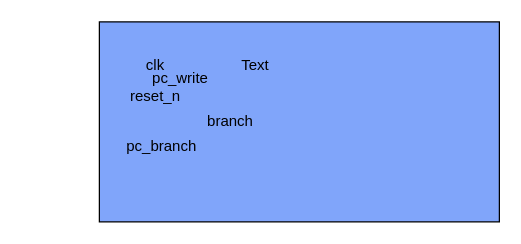
lampn0/riscv_pipeline.github.io keeps this draw.io diagram as page "instruction_fetch" (2 of 10) of doc/RISC V Pipeline.drawio. Above is the earlier version. Source tidied: cells renumbered, new cells numbered last; positions are measured from the earlier drawing's top-left corner, leaving out a move shared by most shapes. Both pictures are drawn from the tidied source at 125%, with x=0, y=0 at pixel (99, 21).
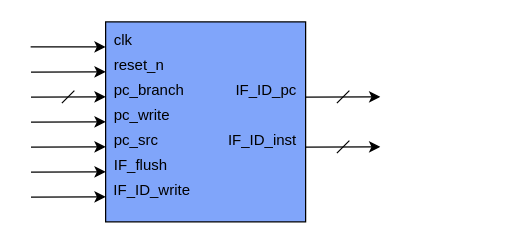
The same diagram, later.

Change to the diagram source:
```diff
@@
-    <mxCell id="2" style="rounded=0;whiteSpace=wrap;html=1;fillColor=#80A5FA;fontColor=#FFFFFF;" parent="1" vertex="1">
-      <mxGeometry width="320" height="160" as="geometry" />
+    <mxCell id="2" style="rounded=0;whiteSpace=wrap;html=1;fillColor=#80A5FA;fontColor=#FFFFFF;align=left;" parent="1" vertex="1">
+      <mxGeometry x="5" width="160" height="160" as="geometry" />
     </mxCell>
-    <mxCell id="3" value="clk" style="text;html=1;strokeColor=none;fillColor=none;align=center;verticalAlign=middle;whiteSpace=wrap;rounded=0;" parent="1" vertex="1">
-      <mxGeometry x="25" y="25" width="40" height="20" as="geometry" />
+    <mxCell id="3" value="clk" style="text;html=1;strokeColor=none;fillColor=none;align=left;verticalAlign=middle;whiteSpace=wrap;rounded=0;" parent="1" vertex="1">
+      <mxGeometry x="10" y="5" width="40" height="20" as="geometry" />
     </mxCell>
-    <mxCell id="4" value="reset_n" style="text;html=1;strokeColor=none;fillColor=none;align=center;verticalAlign=middle;whiteSpace=wrap;rounded=0;fontColor=#000000;" parent="1" vertex="1">
-      <mxGeometry x="25" y="50" width="40" height="20" as="geometry" />
+    <mxCell id="4" value="reset_n" style="text;html=1;strokeColor=none;fillColor=none;align=left;verticalAlign=middle;whiteSpace=wrap;rounded=0;fontColor=#000000;" parent="1" vertex="1">
+      <mxGeometry x="10" y="25" width="40" height="20" as="geometry" />
     </mxCell>
-    <mxCell id="5" value="pc_branch" style="text;html=1;strokeColor=none;fillColor=none;align=center;verticalAlign=middle;whiteSpace=wrap;rounded=0;fontColor=#000000;" parent="1" vertex="1">
-      <mxGeometry x="30" y="90" width="40" height="20" as="geometry" />
+    <mxCell id="5" value="pc_branch" style="text;html=1;strokeColor=none;fillColor=none;align=left;verticalAlign=middle;whiteSpace=wrap;rounded=0;fontColor=#000000;" parent="1" vertex="1">
+      <mxGeometry x="10" y="45" width="40" height="20" as="geometry" />
     </mxCell>
-    <mxCell id="6" value="pc_write" style="text;html=1;strokeColor=none;fillColor=none;align=center;verticalAlign=middle;whiteSpace=wrap;rounded=0;fontColor=#000000;" parent="1" vertex="1">
-      <mxGeometry x="45" y="35" width="40" height="20" as="geometry" />
+    <mxCell id="6" value="pc_write" style="text;html=1;strokeColor=none;fillColor=none;align=left;verticalAlign=middle;whiteSpace=wrap;rounded=0;fontColor=#000000;" parent="1" vertex="1">
+      <mxGeometry x="10" y="65" width="40" height="20" as="geometry" />
     </mxCell>
-    <mxCell id="7" value="branch" style="text;html=1;strokeColor=none;fillColor=none;align=center;verticalAlign=middle;whiteSpace=wrap;rounded=0;fontColor=#000000;" parent="1" vertex="1">
-      <mxGeometry x="85" y="70" width="40" height="20" as="geometry" />
+    <mxCell id="7" value="pc_src" style="text;html=1;strokeColor=none;fillColor=none;align=left;verticalAlign=middle;whiteSpace=wrap;rounded=0;fontColor=#000000;" parent="1" vertex="1">
+      <mxGeometry x="10" y="85" width="40" height="20" as="geometry" />
     </mxCell>
-    <mxCell id="8" value="Text" style="text;html=1;strokeColor=none;fillColor=none;align=center;verticalAlign=middle;whiteSpace=wrap;rounded=0;fontColor=#000000;" parent="1" vertex="1">
-      <mxGeometry x="105" y="25" width="40" height="20" as="geometry" />
+    <mxCell id="8" value="IF_flush" style="text;html=1;strokeColor=none;fillColor=none;align=left;verticalAlign=middle;whiteSpace=wrap;rounded=0;fontColor=#000000;" parent="1" vertex="1">
+      <mxGeometry x="10" y="105" width="50" height="20" as="geometry" />
     </mxCell>
+    <mxCell id="9" value="IF_ID_write" style="text;html=1;strokeColor=none;fillColor=none;align=right;verticalAlign=middle;whiteSpace=wrap;rounded=0;fontColor=#000000;" parent="1" vertex="1">
+      <mxGeometry x="10" y="125" width="65" height="20" as="geometry" />
+    </mxCell>
+    <mxCell id="10" value="IF_ID_pc" style="text;html=1;strokeColor=none;fillColor=none;align=right;verticalAlign=middle;whiteSpace=wrap;rounded=0;fontColor=#000000;" parent="1" vertex="1">
+      <mxGeometry x="105" y="45" width="55" height="20" as="geometry" />
+    </mxCell>
+    <mxCell id="11" value="IF_ID_inst" style="text;html=1;strokeColor=none;fillColor=none;align=right;verticalAlign=middle;whiteSpace=wrap;rounded=0;fontColor=#000000;" parent="1" vertex="1">
+      <mxGeometry x="100" y="85" width="60" height="20" as="geometry" />
+    </mxCell>
+    <mxCell id="12" style="endArrow=classic;html=1;endFill=1;" parent="1" edge="1">
+      <mxGeometry relative="1" as="geometry">
+        <mxPoint x="-55" y="20" as="sourcePoint" />
+        <mxPoint x="5" y="20" as="targetPoint" />
+      </mxGeometry>
+    </mxCell>
+    <mxCell id="13" style="endArrow=classic;html=1;entryX=-0.002;entryY=0.142;entryDx=0;entryDy=0;entryPerimeter=0;endFill=1;" parent="1" edge="1">
+      <mxGeometry relative="1" as="geometry">
+        <mxPoint x="-54.7" y="140.1" as="sourcePoint" />
+        <mxPoint x="5" y="140" as="targetPoint" />
+      </mxGeometry>
+    </mxCell>
+    <mxCell id="14" style="endArrow=classic;html=1;entryX=-0.002;entryY=0.142;entryDx=0;entryDy=0;entryPerimeter=0;endFill=1;" parent="1" edge="1">
+      <mxGeometry relative="1" as="geometry">
+        <mxPoint x="-54.7" y="40.1" as="sourcePoint" />
+        <mxPoint x="5" y="40" as="targetPoint" />
+      </mxGeometry>
+    </mxCell>
+    <mxCell id="15" style="endArrow=classic;html=1;entryX=-0.002;entryY=0.142;entryDx=0;entryDy=0;entryPerimeter=0;endFill=1;" parent="1" edge="1">
+      <mxGeometry relative="1" as="geometry">
+        <mxPoint x="-54.7" y="60.1" as="sourcePoint" />
+        <mxPoint x="5" y="60" as="targetPoint" />
+      </mxGeometry>
+    </mxCell>
+    <mxCell id="16" style="endArrow=classic;html=1;entryX=-0.002;entryY=0.142;entryDx=0;entryDy=0;entryPerimeter=0;endFill=1;" parent="1" edge="1">
+      <mxGeometry relative="1" as="geometry">
+        <mxPoint x="-54.7" y="80.1" as="sourcePoint" />
+        <mxPoint x="5" y="80" as="targetPoint" />
+      </mxGeometry>
+    </mxCell>
+    <mxCell id="17" style="endArrow=classic;html=1;entryX=-0.002;entryY=0.142;entryDx=0;entryDy=0;entryPerimeter=0;endFill=1;" parent="1" edge="1">
+      <mxGeometry relative="1" as="geometry">
+        <mxPoint x="-54.7" y="100.1" as="sourcePoint" />
+        <mxPoint x="5" y="100" as="targetPoint" />
+      </mxGeometry>
+    </mxCell>
+    <mxCell id="18" style="endArrow=classic;html=1;entryX=-0.002;entryY=0.142;entryDx=0;entryDy=0;entryPerimeter=0;endFill=1;" parent="1" edge="1">
+      <mxGeometry relative="1" as="geometry">
+        <mxPoint x="-54.7" y="120.1" as="sourcePoint" />
+        <mxPoint x="5" y="120" as="targetPoint" />
+      </mxGeometry>
+    </mxCell>
+    <mxCell id="19" style="endArrow=classic;html=1;entryX=-0.002;entryY=0.142;entryDx=0;entryDy=0;entryPerimeter=0;endFill=1;" parent="1" edge="1">
+      <mxGeometry relative="1" as="geometry">
+        <mxPoint x="165" y="100.1" as="sourcePoint" />
+        <mxPoint x="224.7" y="100" as="targetPoint" />
+      </mxGeometry>
+    </mxCell>
+    <mxCell id="20" style="endArrow=classic;html=1;entryX=-0.002;entryY=0.142;entryDx=0;entryDy=0;entryPerimeter=0;endFill=1;" parent="1" edge="1">
+      <mxGeometry relative="1" as="geometry">
+        <mxPoint x="165" y="60.1" as="sourcePoint" />
+        <mxPoint x="224.7" y="60" as="targetPoint" />
+      </mxGeometry>
+    </mxCell>
+    <mxCell id="21" style="endArrow=none;html=1;" parent="1" edge="1">
+      <mxGeometry relative="1" as="geometry">
+        <mxPoint x="-30" y="65" as="sourcePoint" />
+        <mxPoint x="-20" y="55" as="targetPoint" />
+      </mxGeometry>
+    </mxCell>
+    <mxCell id="22" style="endArrow=none;html=1;" parent="1" edge="1">
+      <mxGeometry relative="1" as="geometry">
+        <mxPoint x="190" y="105" as="sourcePoint" />
+        <mxPoint x="200" y="95" as="targetPoint" />
+      </mxGeometry>
+    </mxCell>
+    <mxCell id="23" style="endArrow=none;html=1;" parent="1" edge="1">
+      <mxGeometry relative="1" as="geometry">
+        <mxPoint x="190" y="65" as="sourcePoint" />
+        <mxPoint x="200" y="55" as="targetPoint" />
+      </mxGeometry>
+    </mxCell>
```
